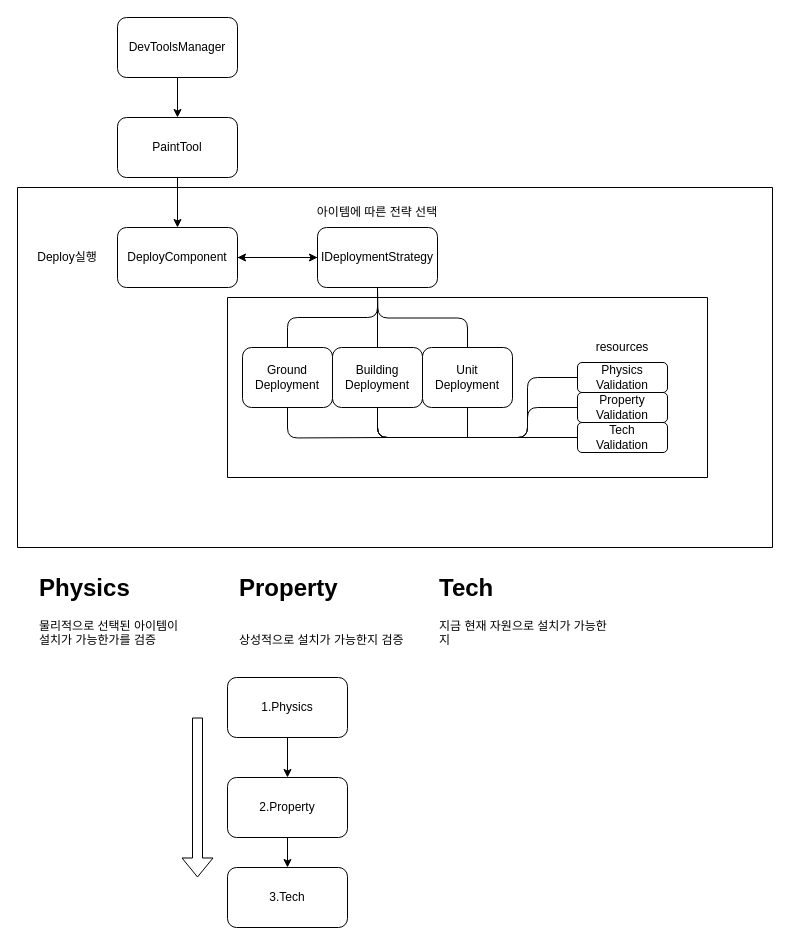
This is tech/diagrams/DevToolSystem.drawio from Kyukwang94/tower-defence-game, a draw.io file, before an edit. Source tidied: cells renumbered, new cells numbered last; positions are measured from the earlier drawing's top-left corner, leaving out a move shared by most shapes. Both pictures are drawn from the tidied source at 100%, with x=0, y=0 at pixel (17, 17).
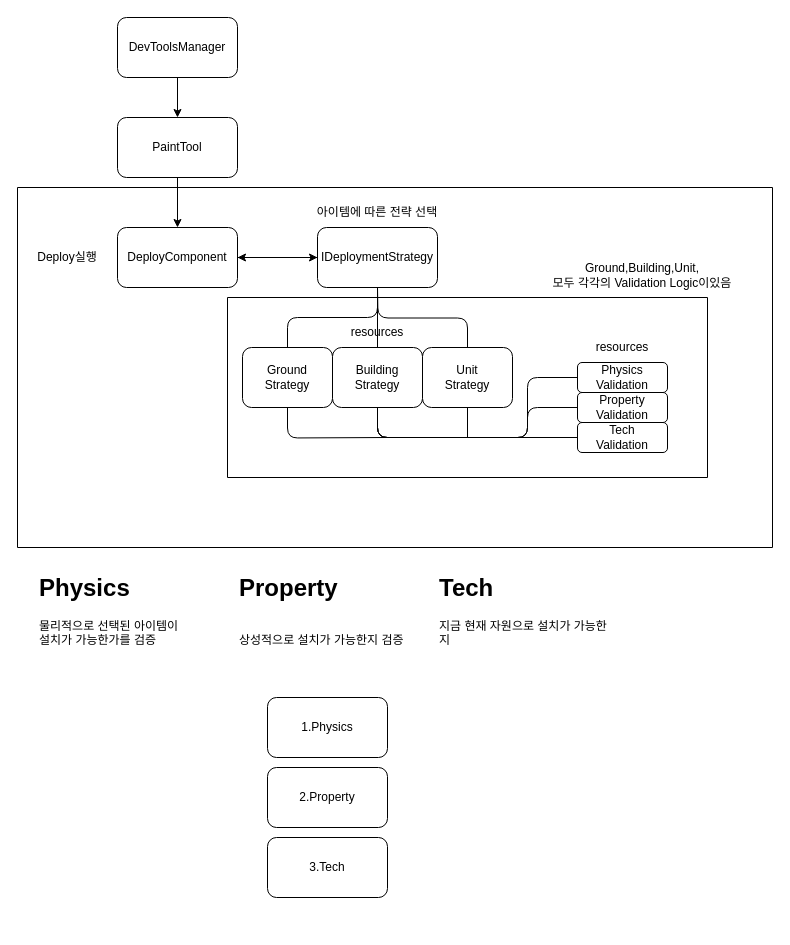
The same page after the edit.

Unchanged cells that the change refers to:
```xml
<mxCell id="27" style="swimlane;startSize=0;" parent="1" vertex="1">
  <mxGeometry y="170" width="755" height="360" as="geometry" />
</mxCell>
```

Change to the diagram source:
```diff
@@
-    <mxCell id="10" value="Building&lt;br&gt;Deployment" style="rounded=1;whiteSpace=wrap;html=1;" parent="1" vertex="1">
+    <mxCell id="10" value="Building&lt;br&gt;Strategy" style="rounded=1;whiteSpace=wrap;html=1;" parent="1" vertex="1">
       <mxGeometry x="315" y="330" width="90" height="60" as="geometry" />
     </mxCell>
@@
-    <mxCell id="12" value="Ground&lt;br&gt;Deployment" style="rounded=1;whiteSpace=wrap;html=1;" parent="1" vertex="1">
+    <mxCell id="12" value="Ground&lt;br&gt;Strategy" style="rounded=1;whiteSpace=wrap;html=1;" parent="1" vertex="1">
       <mxGeometry x="225" y="330" width="90" height="60" as="geometry" />
     </mxCell>
@@
-    <mxCell id="14" value="Unit&lt;br&gt;Deployment" style="rounded=1;whiteSpace=wrap;html=1;" parent="1" vertex="1">
+    <mxCell id="14" value="Unit&lt;br&gt;Strategy" style="rounded=1;whiteSpace=wrap;html=1;" parent="1" vertex="1">
       <mxGeometry x="405" y="330" width="90" height="60" as="geometry" />
     </mxCell>
@@
-    <mxCell id="23" value="resources" style="text;html=1;align=center;verticalAlign=middle;whiteSpace=wrap;rounded=0;" parent="1" vertex="1">
-      <mxGeometry x="555" y="315" width="100" height="30" as="geometry" />
-    </mxCell>
@@
+    <mxCell id="23" value="resources" style="text;html=1;align=center;verticalAlign=middle;whiteSpace=wrap;rounded=0;" parent="27" vertex="1">
+      <mxGeometry x="555" y="145" width="100" height="30" as="geometry" />
+    </mxCell>
+    <mxCell id="38" value="resources" style="text;html=1;align=center;verticalAlign=middle;whiteSpace=wrap;rounded=0;" parent="27" vertex="1">
+      <mxGeometry x="310" y="130" width="100" height="30" as="geometry" />
+    </mxCell>
+    <mxCell id="39" value="Ground,Building,Unit,&lt;br&gt;모두 각각의 Validation Logic이있음" style="text;html=1;align=center;verticalAlign=middle;whiteSpace=wrap;rounded=0;" parent="27" vertex="1">
+      <mxGeometry x="530" y="45" width="190" height="85" as="geometry" />
+    </mxCell>
@@
-    <mxCell id="32" style="edgeStyle=none;html=1;entryX=0.5;entryY=0;entryDx=0;entryDy=0;" parent="1" edge="1" source="33" target="35">
-      <mxGeometry relative="1" as="geometry" />
-    </mxCell>
     <mxCell id="33" value="1.Physics" style="rounded=1;whiteSpace=wrap;html=1;" parent="1" vertex="1">
-      <mxGeometry x="210" y="660" width="120" height="60" as="geometry" />
+      <mxGeometry x="250" y="680" width="120" height="60" as="geometry" />
     </mxCell>
-    <mxCell id="34" style="edgeStyle=none;html=1;entryX=0.5;entryY=0;entryDx=0;entryDy=0;" parent="1" edge="1" source="35" target="36">
-      <mxGeometry relative="1" as="geometry" />
-    </mxCell>
     <mxCell id="35" value="2.Property" style="rounded=1;whiteSpace=wrap;html=1;" parent="1" vertex="1">
-      <mxGeometry x="210" y="760" width="120" height="60" as="geometry" />
+      <mxGeometry x="250" y="750" width="120" height="60" as="geometry" />
     </mxCell>
     <mxCell id="36" value="3.Tech" style="rounded=1;whiteSpace=wrap;html=1;" parent="1" vertex="1">
-      <mxGeometry x="210" y="850" width="120" height="60" as="geometry" />
+      <mxGeometry x="250" y="820" width="120" height="60" as="geometry" />
     </mxCell>
-    <mxCell id="37" style="shape=flexArrow;endArrow=classic;html=1;" parent="1" edge="1">
-      <mxGeometry relative="1" as="geometry">
-        <mxPoint x="180" y="700" as="sourcePoint" />
-        <mxPoint x="180" y="860" as="targetPoint" />
-      </mxGeometry>
-    </mxCell>
```
